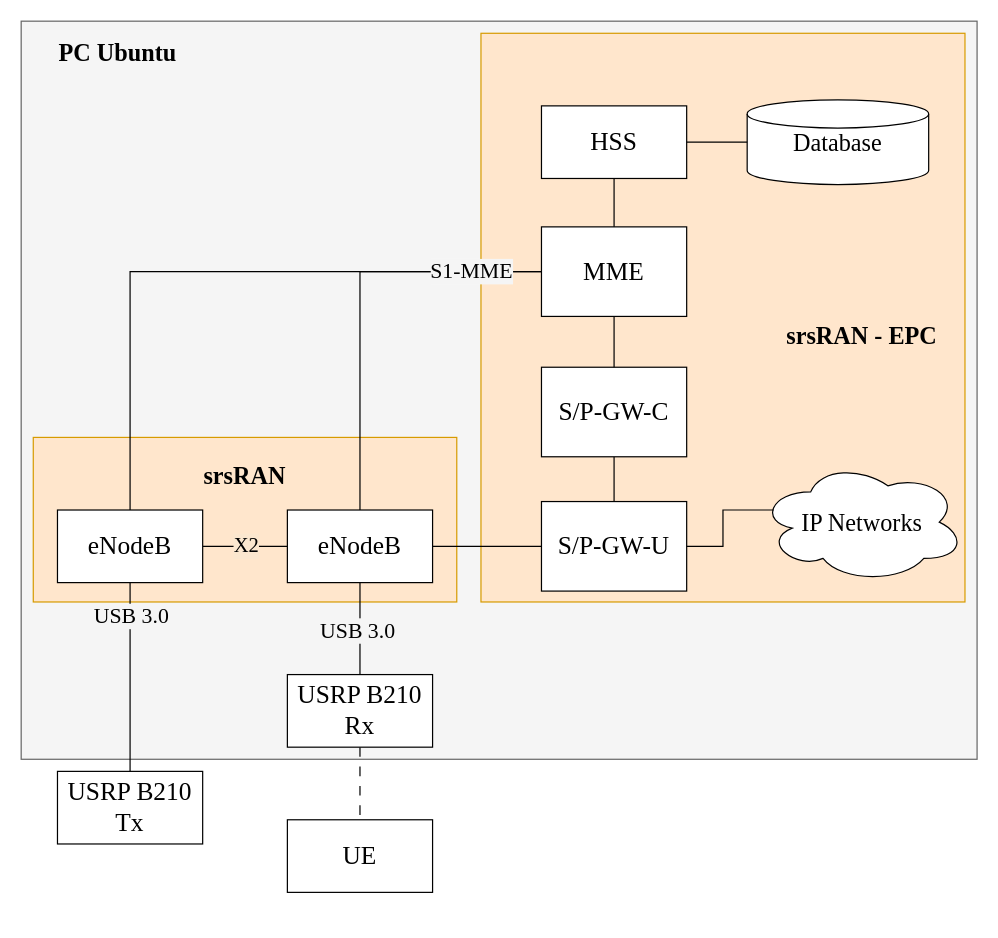
This is page "Design" (3 of 5) of OFDM.drawio from troders34/research, a draw.io file, before an edit. Source tidied: cells renumbered, new cells numbered last; positions are measured from the earlier drawing's top-left corner, leaving out a move shared by most shapes. Both pictures are drawn from the tidied source at 121%, with x=0, y=0 at pixel (21, 21).
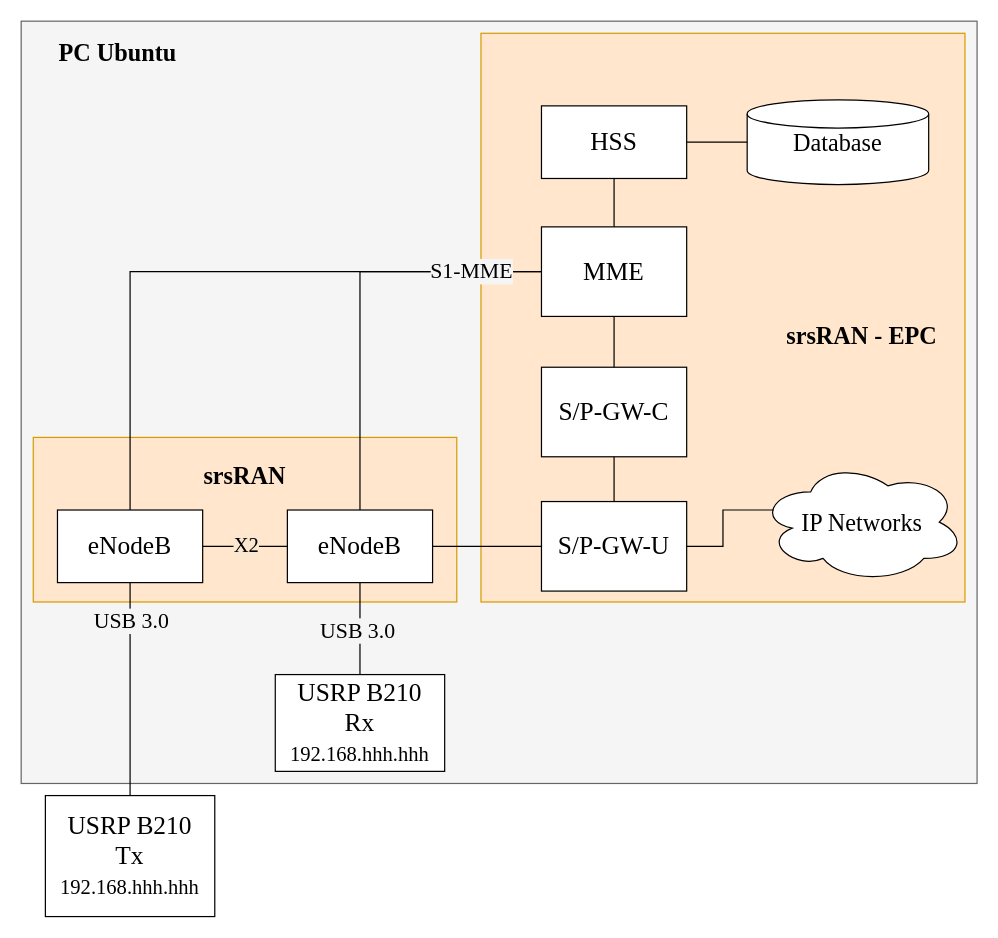
Above is the later version.

What changed in the source:
```diff
@@
     <mxCell id="2" style="rounded=0;whiteSpace=wrap;html=1;fontFamily=Times New Roman;verticalAlign=middle;fontSize=21;fillColor=#f5f5f5;strokeColor=#666666;fontColor=#333333;labelBackgroundColor=light-dark(#fbe7cf, #ededed);" parent="1" vertex="1">
-      <mxGeometry width="790" height="610" as="geometry" />
+      <mxGeometry width="790" height="630" as="geometry" />
     </mxCell>
-    <mxCell id="3" value="USRP B210&lt;div&gt;Tx&lt;/div&gt;" style="rounded=0;whiteSpace=wrap;html=1;fontFamily=Times New Roman;verticalAlign=middle;fontSize=21;" parent="1" vertex="1">
-      <mxGeometry x="30" y="620" width="120" height="60" as="geometry" />
+    <mxCell id="3" value="USRP B210&lt;div&gt;Tx&lt;/div&gt;&lt;div&gt;&lt;font style=&quot;font-size: 17px;&quot;&gt;192.168.hhh.hhh&lt;/font&gt;&lt;/div&gt;" style="rounded=0;whiteSpace=wrap;html=1;fontFamily=Times New Roman;verticalAlign=middle;fontSize=21;" parent="1" vertex="1">
+      <mxGeometry x="20" y="640" width="140" height="100" as="geometry" />
     </mxCell>
-    <mxCell id="4" style="edgeStyle=orthogonalEdgeStyle;rounded=0;jettySize=auto;html=1;exitX=0.5;exitY=1;exitDx=0;exitDy=0;entryX=0.5;entryY=0;entryDx=0;entryDy=0;endArrow=none;startFill=0;dashed=1;dashPattern=8 8;" parent="1" edge="1" source="5" target="32">
-      <mxGeometry relative="1" as="geometry" />
-    </mxCell>
-    <mxCell id="5" value="USRP B210&lt;div&gt;Rx&lt;/div&gt;" style="rounded=0;whiteSpace=wrap;html=1;fontFamily=Times New Roman;verticalAlign=middle;fontSize=21;" parent="1" vertex="1">
-      <mxGeometry x="220" y="540" width="120" height="60" as="geometry" />
+    <mxCell id="5" value="USRP B210&lt;div&gt;Rx&lt;/div&gt;&lt;div&gt;&lt;font style=&quot;font-size: 17px;&quot;&gt;192.168.hhh.hhh&lt;/font&gt;&lt;/div&gt;" style="rounded=0;whiteSpace=wrap;html=1;fontFamily=Times New Roman;verticalAlign=middle;fontSize=21;" parent="1" vertex="1">
+      <mxGeometry x="210" y="540" width="140" height="80" as="geometry" />
     </mxCell>
@@
-    <mxCell id="32" value="UE" style="rounded=0;whiteSpace=wrap;html=1;fontFamily=Times New Roman;verticalAlign=middle;fontSize=21;" parent="1" vertex="1">
-      <mxGeometry x="220" y="660" width="120" height="60" as="geometry" />
-    </mxCell>
```
